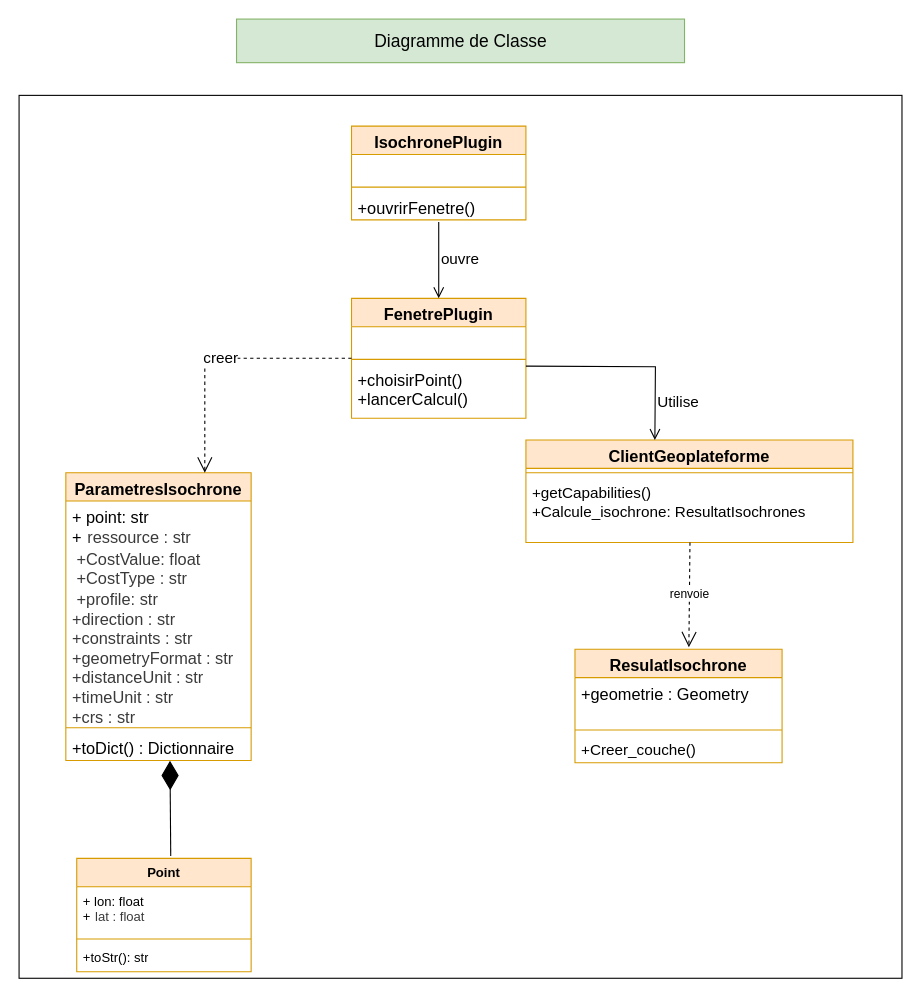
Before: Diagramme de classe.drawio in Akatebra/Poo_Projet_Atac, a draw.io diagram. Source tidied: cells renumbered, new cells numbered last; positions are measured from the earlier drawing's top-left corner, leaving out a move shared by most shapes. Both pictures are drawn from the tidied source at 109%, with x=0, y=0 at pixel (19, 19).
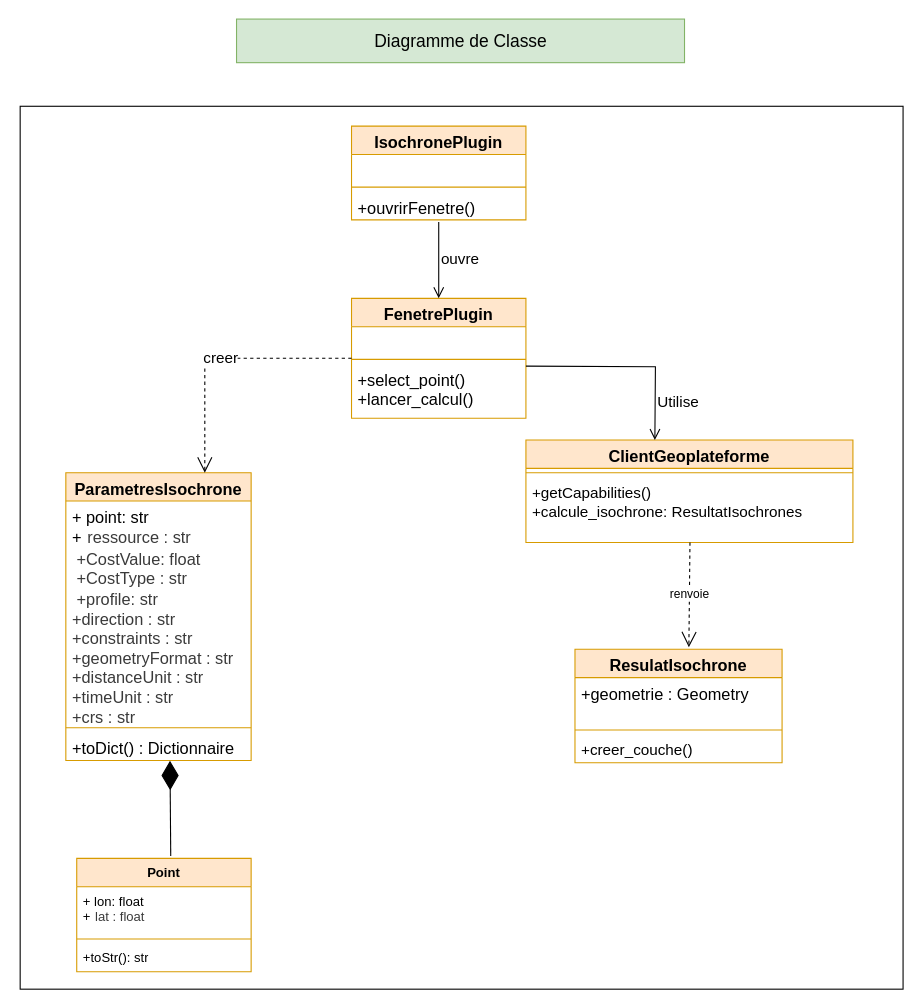
After the change.

The change refers to these unchanged cells:
```xml
<mxCell id="8" value="&lt;font style=&quot;font-size: 15px;&quot;&gt;FenetrePlugin&lt;/font&gt;" style="swimlane;fontStyle=1;align=center;verticalAlign=top;horizontal=1;startSize=26;whiteSpace=wrap;html=1;fillColor=#ffe6cc;strokeColor=#d79b00;" parent="1" vertex="1">
  <mxGeometry x="305" y="256.2" width="160" height="110" as="geometry" />
</mxCell>
<mxCell id="12" value="&lt;font style=&quot;font-size: 15px;&quot;&gt;ClientGeoplateforme&lt;/font&gt;" style="swimlane;fontStyle=1;align=center;verticalAlign=top;horizontal=1;startSize=26;whiteSpace=wrap;html=1;fillColor=#ffe6cc;strokeColor=#d79b00;" parent="1" vertex="1">
  <mxGeometry x="465" y="386.2" width="300" height="94" as="geometry" />
</mxCell>
<mxCell id="23" value="&lt;font style=&quot;font-size: 15px;&quot;&gt;ResulatIsochrone&lt;/font&gt;" style="swimlane;fontStyle=1;align=center;verticalAlign=top;horizontal=1;startSize=26;whiteSpace=wrap;html=1;fillColor=#ffe6cc;strokeColor=#d79b00;" parent="1" vertex="1">
  <mxGeometry x="510" y="578.2" width="190" height="104" as="geometry" />
</mxCell>
```

Change to the diagram source:
```diff
@@
     <mxCell id="2" style="whiteSpace=wrap;html=1;" parent="1" vertex="1">
-      <mxGeometry y="70" width="810" height="810" as="geometry" />
+      <mxGeometry x="1" y="80" width="810" height="810" as="geometry" />
     </mxCell>
@@
-    <mxCell id="11" value="&lt;font style=&quot;font-size: 15px;&quot;&gt;+choisirPoint()&lt;/font&gt;&lt;div&gt;&lt;font style=&quot;font-size: 15px;&quot;&gt;+lancerCalcul()&lt;/font&gt;&lt;/div&gt;" style="text;strokeColor=none;fillColor=none;align=left;verticalAlign=top;spacingLeft=4;spacingRight=4;overflow=hidden;whiteSpace=wrap;html=1;" parent="8" vertex="1">
+    <mxCell id="11" value="&lt;font style=&quot;font-size: 15px;&quot;&gt;+select_point()&lt;/font&gt;&lt;div&gt;&lt;font style=&quot;font-size: 15px;&quot;&gt;+lancer_calcul()&lt;/font&gt;&lt;/div&gt;" style="text;strokeColor=none;fillColor=none;align=left;verticalAlign=top;spacingLeft=4;spacingRight=4;overflow=hidden;whiteSpace=wrap;html=1;" parent="8" vertex="1">
       <mxGeometry y="60" width="160" height="50" as="geometry" />
     </mxCell>
@@
-    <mxCell id="14" value="&lt;font style=&quot;font-size: 14px;&quot;&gt;+getCapabilities()&lt;/font&gt;&lt;div&gt;&lt;font style=&quot;font-size: 14px;&quot;&gt;+Calcule_isochrone: ResultatIsochrones&lt;/font&gt;&lt;/div&gt;" style="text;strokeColor=none;fillColor=none;align=left;verticalAlign=top;spacingLeft=4;spacingRight=4;overflow=hidden;whiteSpace=wrap;html=1;" parent="12" vertex="1">
+    <mxCell id="14" value="&lt;font style=&quot;font-size: 14px;&quot;&gt;+getCapabilities()&lt;/font&gt;&lt;div&gt;&lt;font style=&quot;font-size: 14px;&quot;&gt;+calcule_isochrone: ResultatIsochrones&lt;/font&gt;&lt;/div&gt;" style="text;strokeColor=none;fillColor=none;align=left;verticalAlign=top;spacingLeft=4;spacingRight=4;overflow=hidden;whiteSpace=wrap;html=1;" parent="12" vertex="1">
       <mxGeometry y="34" width="300" height="60" as="geometry" />
     </mxCell>
@@
-    <mxCell id="26" value="&lt;font style=&quot;font-size: 14px;&quot;&gt;+Creer_couche()&lt;/font&gt;" style="text;strokeColor=none;fillColor=none;align=left;verticalAlign=top;spacingLeft=4;spacingRight=4;overflow=hidden;whiteSpace=wrap;html=1;" parent="23" vertex="1">
+    <mxCell id="26" value="&lt;font style=&quot;font-size: 14px;&quot;&gt;+creer_couche()&lt;/font&gt;" style="text;strokeColor=none;fillColor=none;align=left;verticalAlign=top;spacingLeft=4;spacingRight=4;overflow=hidden;whiteSpace=wrap;html=1;" parent="23" vertex="1">
       <mxGeometry y="78" width="190" height="26" as="geometry" />
     </mxCell>
```
